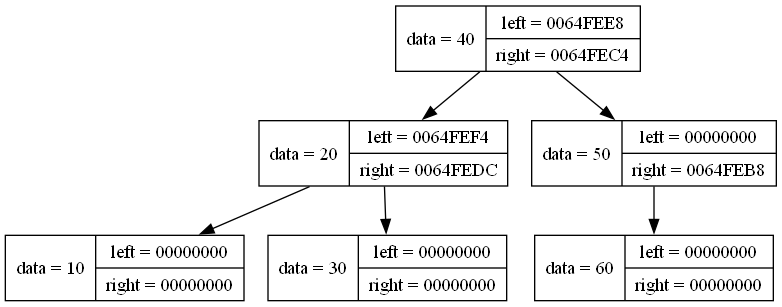
Above: log_folder_acinator/acinator_graph.png in aywert/ACINATOR (Graphviz), before the change. Its source is kept beside it as log_folder_acinator/acinator_graph.dot. The source it was exported from:
```dot
digraph list
{
rankdir=HR;
	6618832 [shape=record, label = " data = 40| {left = 0064FEE8| right = 0064FEC4}"];
	6618856 [shape=record, label = " data = 20| {left = 0064FEF4| right = 0064FEDC}"];
	6618832 -> 6618856
	6618868 [shape=record, label = " data = 10| {left = 00000000| right = 00000000}"];
	6618856 -> 6618868
	6618844 [shape=record, label = " data = 30| {left = 00000000| right = 00000000}"];
	6618856 -> 6618844
	6618820 [shape=record, label = " data = 50| {left = 00000000| right = 0064FEB8}"];
	6618832 -> 6618820
	6618808 [shape=record, label = " data = 60| {left = 00000000| right = 00000000}"];
	6618820 -> 6618808
	}
```
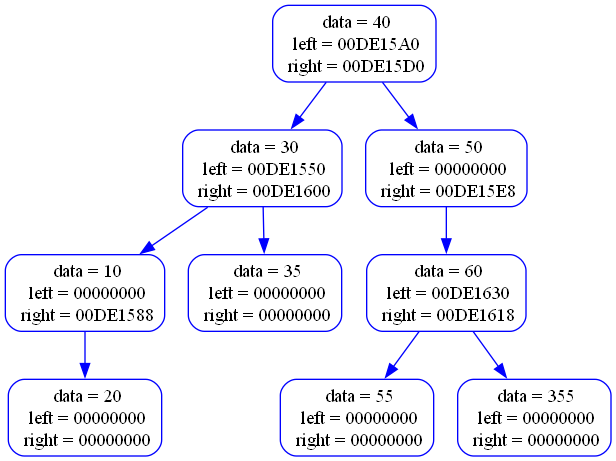
After the commit.

Change to the diagram source:
```diff
@@ -1,15 +1,39 @@
 digraph list
 {
 rankdir=HR;
-	6618832 [shape=record, label = " data = 40| {left = 0064FEE8| right = 0064FEC4}"];
-	6618856 [shape=record, label = " data = 20| {left = 0064FEF4| right = 0064FEDC}"];
-	6618832 -> 6618856
-	6618868 [shape=record, label = " data = 10| {left = 00000000| right = 00000000}"];
-	6618856 -> 6618868
-	6618844 [shape=record, label = " data = 30| {left = 00000000| right = 00000000}"];
-	6618856 -> 6618844
-	6618820 [shape=record, label = " data = 50| {left = 00000000| right = 0064FEB8}"];
-	6618832 -> 6618820
-	6618808 [shape=record, label = " data = 60| {left = 00000000| right = 00000000}"];
-	6618820 -> 6618808
+	14554552 [shape="rectangle", style="rounded", color="blue", label = " data = 40
+ left = 00DE15A0
+ right = 00DE15D0"];
+	14554528 [shape="rectangle", style="rounded", color="blue", label = " data = 30
+ left = 00DE1550
+ right = 00DE1600"];
+	14554552 -> 14554528 [color="blue"]
+	14554448 [shape="rectangle", style="rounded", color="blue", label = " data = 10
+ left = 00000000
+ right = 00DE1588"];
+	14554528 -> 14554448 [color="blue"]
+	14554504 [shape="rectangle", style="rounded", color="blue", label = " data = 20
+ left = 00000000
+ right = 00000000"];
+	14554448 -> 14554504 [color="blue"]
+	14554624 [shape="rectangle", style="rounded", color="blue", label = " data = 35
+ left = 00000000
+ right = 00000000"];
+	14554528 -> 14554624 [color="blue"]
+	14554576 [shape="rectangle", style="rounded", color="blue", label = " data = 50
+ left = 00000000
+ right = 00DE15E8"];
+	14554552 -> 14554576 [color="blue"]
+	14554600 [shape="rectangle", style="rounded", color="blue", label = " data = 60
+ left = 00DE1630
+ right = 00DE1618"];
+	14554576 -> 14554600 [color="blue"]
+	14554672 [shape="rectangle", style="rounded", color="blue", label = " data = 55
+ left = 00000000
+ right = 00000000"];
+	14554600 -> 14554672 [color="blue"]
+	14554648 [shape="rectangle", style="rounded", color="blue", label = " data = 355
+ left = 00000000
+ right = 00000000"];
+	14554600 -> 14554648 [color="blue"]
 	}
```
